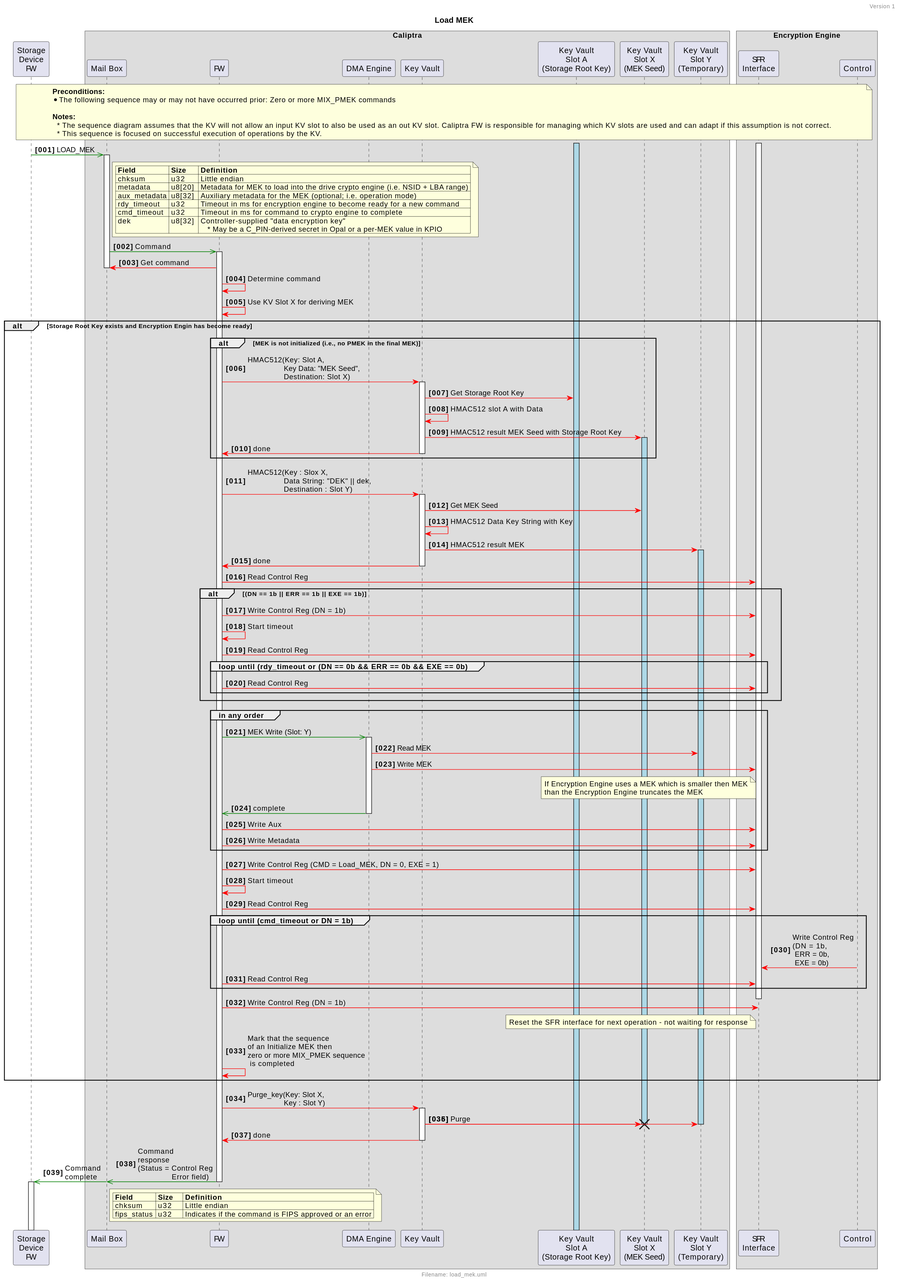
Above: doc/ocp_lock/diagrams/load_mek.svg in chipsalliance/Caliptra (PlantUML), before the change.
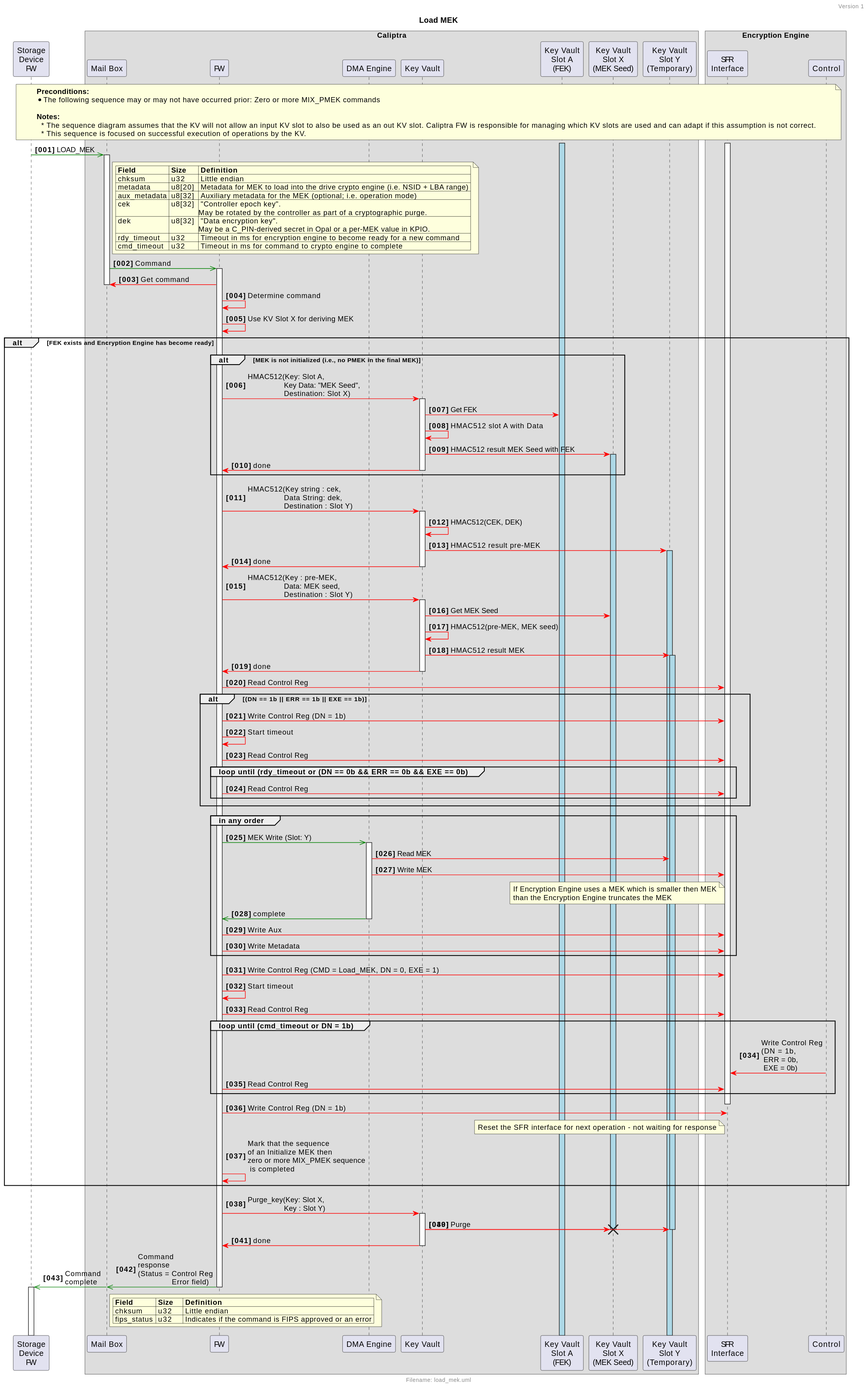
Above is the later version.

Diff of the diagram source:
```diff
@@ -17,7 +17,7 @@
 !endif
 
 
-srk++ $BUFFER_ACTIVATION
+fek++ $BUFFER_ACTIVATION
 sfr++
 
 fw $async mb++ : LOAD_MEK
@@ -28,9 +28,10 @@
         | chksum       | u32     | Little endian |
         | metadata     | u8[20]  | Metadata for MEK to load into the drive crypto engine (i.e. NSID + LBA range) |
         | aux_metadata | u8[32]  | Auxiliary metadata for the MEK (optional; i.e. operation mode) |
+        | cek          | u8[32]  | "Controller epoch key".\nMay be rotated by the controller as part of a cryptographic purge. |
+        | dek          | u8[32]  | "Data encryption key".\nMay be a C_PIN-derived secret in Opal or a per-MEK value in KPIO. |
         | rdy_timeout  | u32     | Timeout in ms for encryption engine to become ready for a new command |
         | cmd_timeout  | u32     | Timeout in ms for command to crypto engine to complete |
-        | dek          | u8[32]  | Controller-supplied "data encryption key"\n    * May be a C_PIN-derived secret in Opal or a per-MEK value in KPIO |
     end note
 !endif
 
@@ -47,13 +48,13 @@
 $self("cfw", "Use KV Slot X for deriving MEK")
 
 
-alt Storage Root Key exists and Encryption Engin has become ready
+alt FEK exists and Encryption Engine has become ready
 
     alt MEK is not initialized (i.e., no PMEK in the final MEK)
         cfw $sync kv++: HMAC512(Key: Slot A,\n                Key Data: "MEK Seed",\n                Destination: Slot X)
-        kv $sync srk: Get Storage Root Key
+        kv $sync fek: Get FEK
         kv $sync kv: HMAC512 slot A with Data
-        kv $sync meks: HMAC512 result MEK Seed with Storage Root Key
+        kv $sync meks: HMAC512 result MEK Seed with FEK
         meks++ $BUFFER_ACTIVATION
         !if ($show_done)
             kv $sync cfw-- : done
@@ -62,9 +63,19 @@
         !endif
     end
 
-    cfw $sync kv++: HMAC512(Key : Slox X,\n                Data String: "DEK" || dek,\n                Destination : Slot Y)
+    cfw $sync kv++: HMAC512(Key string : cek,\n                Data String: dek,\n                Destination : Slot Y)
+    kv $sync kv: HMAC512(CEK, DEK)
+    kv $sync tempy: HMAC512 result pre-MEK
+    tempy++ $BUFFER_ACTIVATION
+    !if ($show_done)
+        kv $sync cfw-- : done
+    !else
+        kv--
+    !endif
+
+    cfw $sync kv++: HMAC512(Key : pre-MEK,\n                Data: MEK seed,\n                Destination : Slot Y)
     kv $sync meks: Get MEK Seed
-    kv $sync kv: HMAC512 Data Key String with Key
+    kv $sync kv: HMAC512(pre-MEK, MEK seed)
     kv $sync tempy: HMAC512 result MEK
     tempy++ $BUFFER_ACTIVATION
     !if ($show_done)
```
